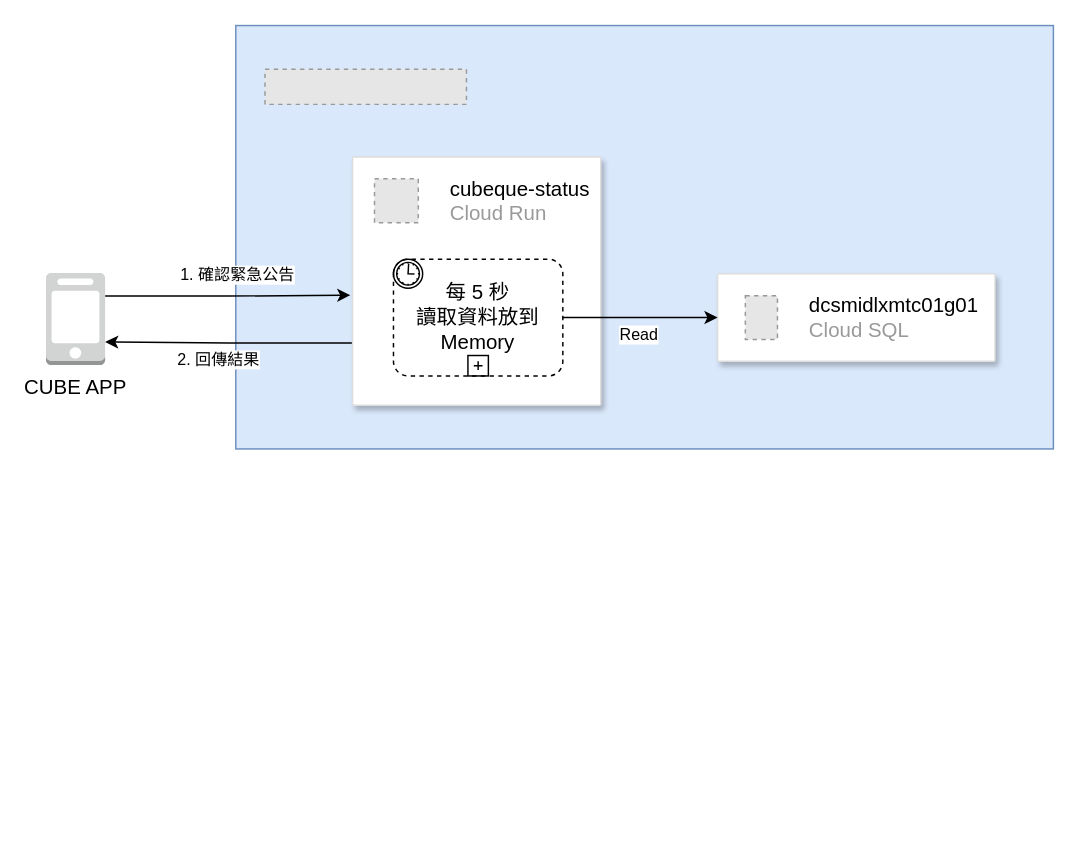
The draw.io diagram bbb.drawio in JaeyoLin/draw.io, before the edit. Source tidied: cells renumbered, new cells numbered last; positions are measured from the earlier drawing's top-left corner, leaving out a move shared by most shapes. Both pictures are drawn from the tidied source at 146%, with x=0, y=0 at pixel (45, 25). Pictures stored in the file or linked from it are replaced by grey dashed boxes.
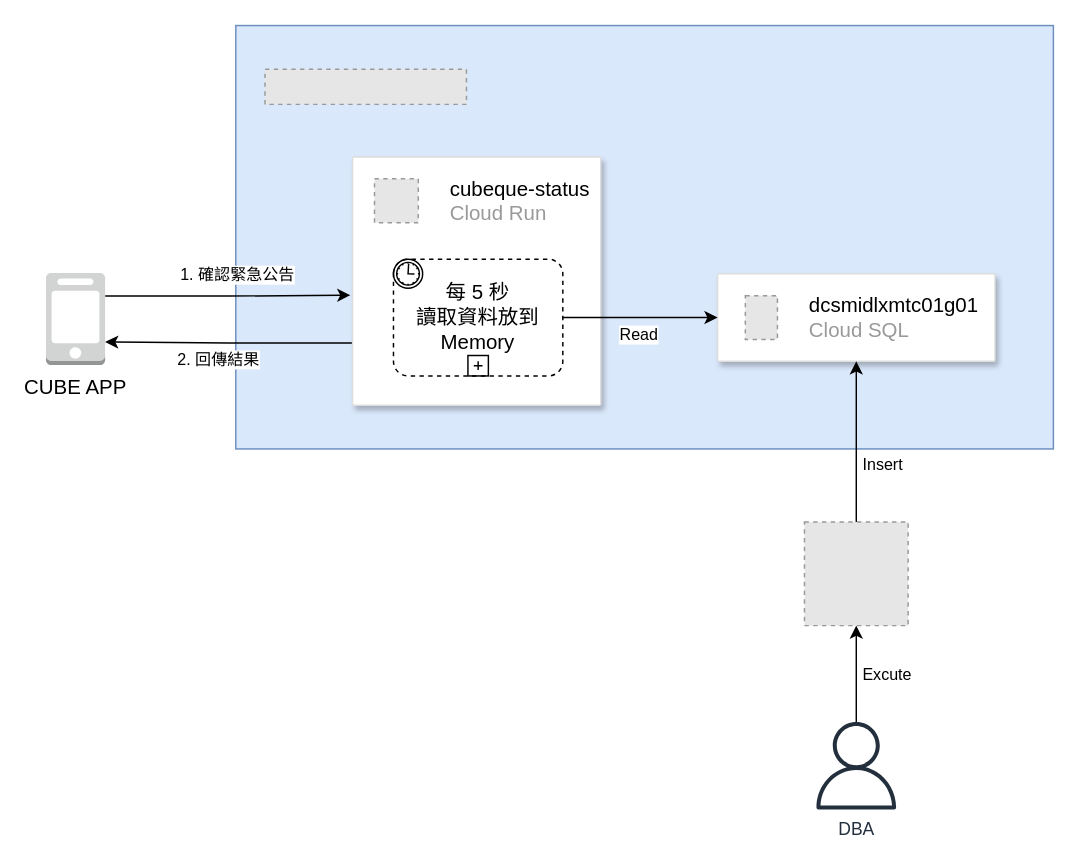
After the change.

The change refers to these unchanged cells:
```xml
<mxCell id="11" style="strokeColor=#dddddd;shadow=1;strokeWidth=1;rounded=1;absoluteArcSize=1;arcSize=2;" parent="1" vertex="1">
  <mxGeometry x="460" y="170" width="190" height="60" as="geometry" />
</mxCell>
```

Diff of the diagram source:
```diff
@@
+    <mxCell id="16" style="edgeStyle=orthogonalEdgeStyle;rounded=0;jettySize=auto;html=1;entryX=0.5;entryY=1;entryDx=0;entryDy=0;" parent="1" edge="1" source="18" target="21">
+      <mxGeometry relative="1" as="geometry" />
+    </mxCell>
+    <mxCell id="17" value="Excute" style="edgeLabel;html=1;align=center;verticalAlign=middle;" parent="16" vertex="1">
+      <mxGeometry y="-6" relative="1" as="geometry">
+        <mxPoint x="14" as="offset" />
+      </mxGeometry>
+    </mxCell>
+    <mxCell id="18" value="DBA" style="sketch=0;outlineConnect=0;fontColor=#232F3E;gradientColor=none;fillColor=#232F3D;strokeColor=none;dashed=0;verticalLabelPosition=bottom;verticalAlign=top;align=center;html=1;fontSize=12;fontStyle=0;shape=mxgraph.aws4.user;" parent="1" vertex="1">
+      <mxGeometry x="525" y="477" width="60" height="60" as="geometry" />
+    </mxCell>
+    <mxCell id="19" style="edgeStyle=orthogonalEdgeStyle;rounded=0;jettySize=auto;html=1;exitX=0.5;exitY=0;exitDx=0;exitDy=0;entryX=0.5;entryY=1;entryDx=0;entryDy=0;" parent="1" edge="1" source="21" target="11">
+      <mxGeometry relative="1" as="geometry" />
+    </mxCell>
+    <mxCell id="20" value="Insert" style="edgeLabel;html=1;align=center;verticalAlign=middle;" parent="19" vertex="1">
+      <mxGeometry x="0.04" y="2" relative="1" as="geometry">
+        <mxPoint x="19" y="17" as="offset" />
+      </mxGeometry>
+    </mxCell>
+    <mxCell id="21" style="fillColor=#E6E6E6;strokeColor=#999999;dashed=1;html=1;verticalAlign=top;verticalLabelPosition=bottom;labelBackgroundColor=#ffffff;" parent="1" vertex="1">
+      <mxGeometry x="519.5" y="340" width="71" height="71" as="geometry" />
+    </mxCell>
```
